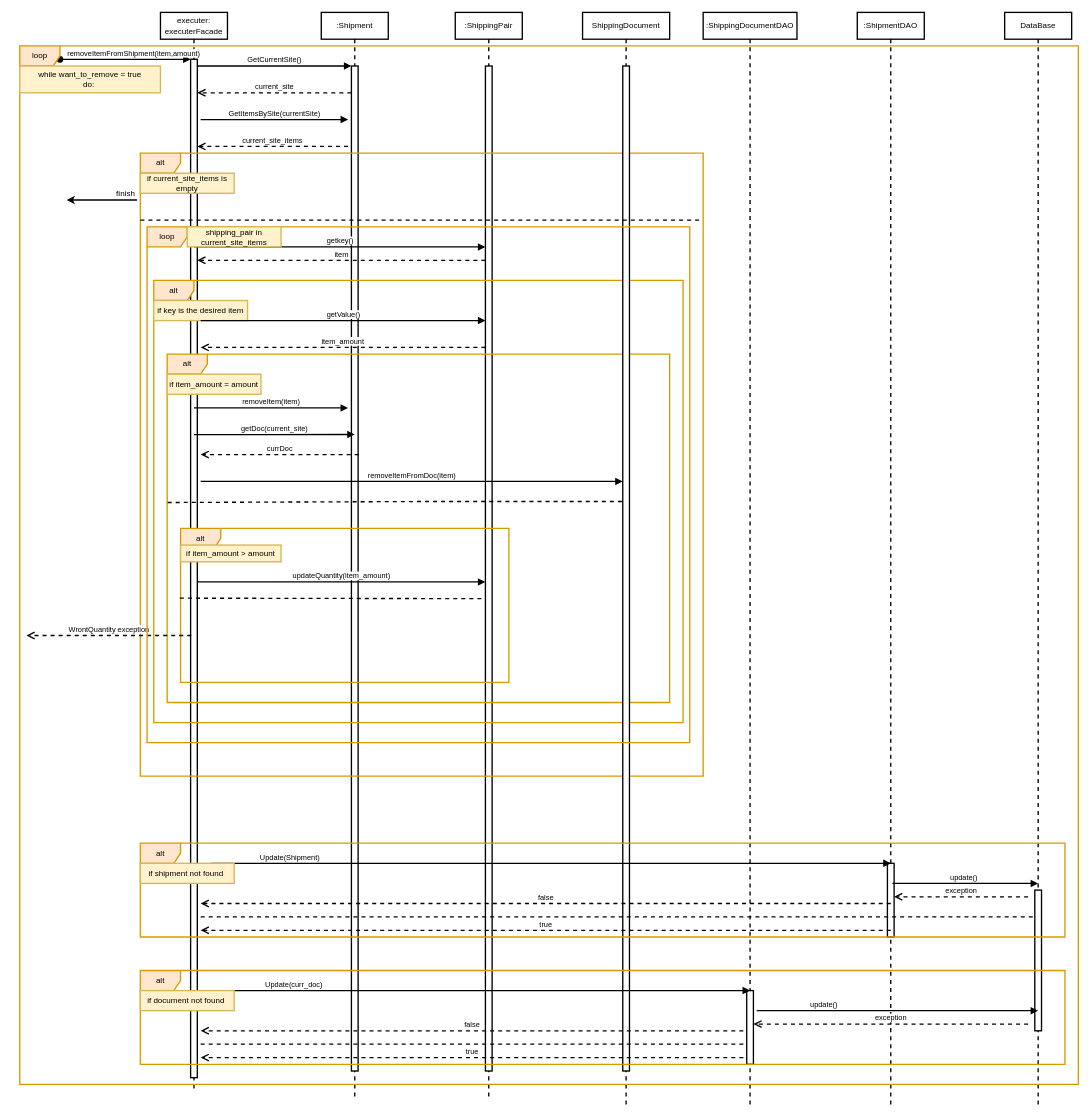
The draw.io diagram C6 - Remove items.drawio in omerad1/drw, before the edit. Source tidied: cells renumbered, new cells numbered last; positions are measured from the earlier drawing's top-left corner, leaving out a move shared by most shapes. Both pictures are drawn from the tidied source at 67%, with x=0, y=0 at pixel (19, 12).
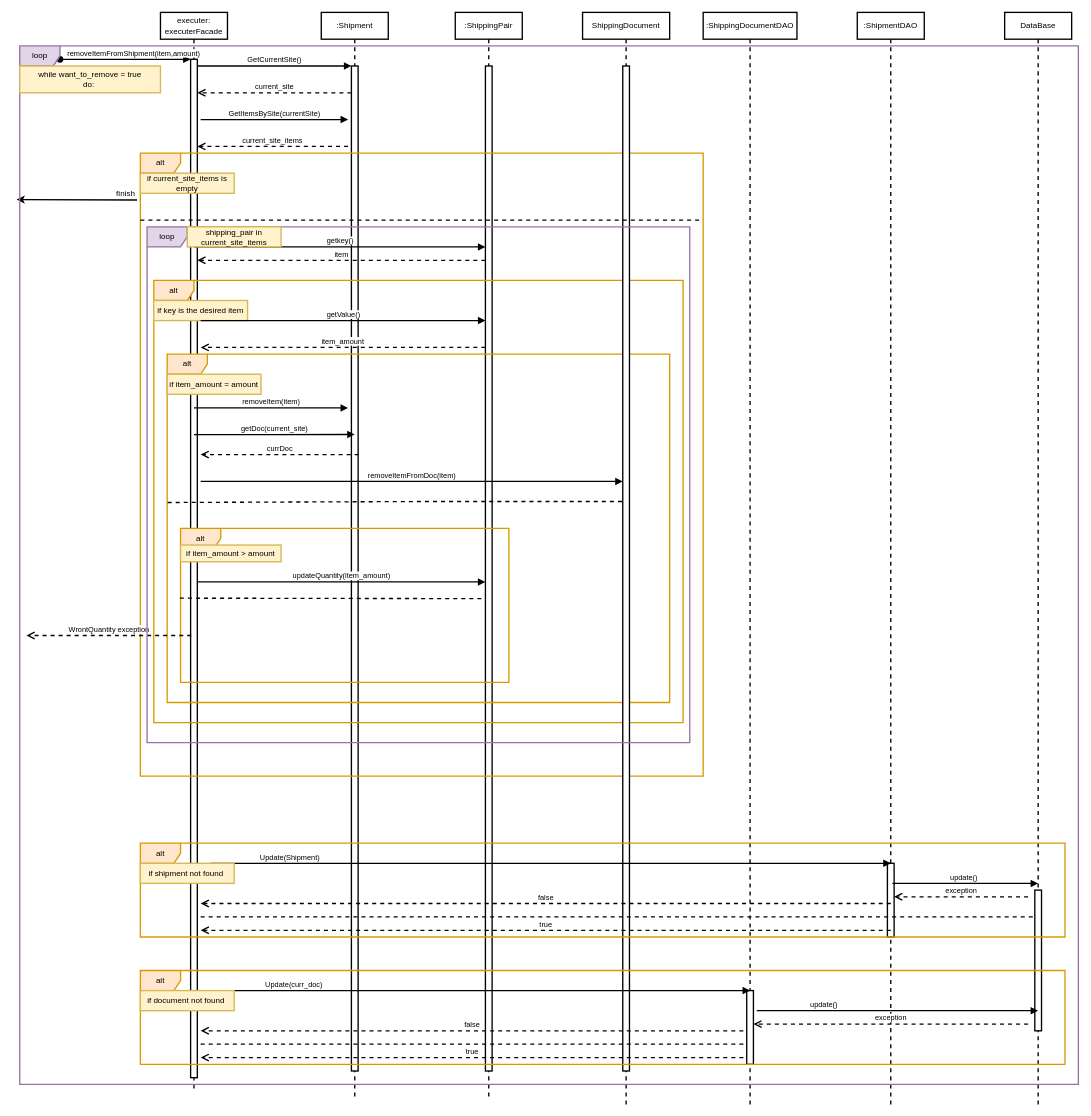
After the change.

Unchanged cells that the change refers to:
```xml
<mxCell id="16" value="finish&amp;nbsp;" style="text;html=1;strokeColor=none;fillColor=none;align=center;verticalAlign=middle;whiteSpace=wrap;rounded=0;strokeWidth=2;" parent="1" vertex="1">
  <mxGeometry x="130" y="260" width="60" height="20" as="geometry" />
</mxCell>
```

Change to the diagram source:
```diff
@@
-    <mxCell id="15" style="endArrow=classic;html=1;rounded=0;exitX=0.75;exitY=1;exitDx=0;exitDy=0;strokeWidth=2;" parent="1" edge="1" source="16">
-      <mxGeometry relative="1" as="geometry">
-        <mxPoint x="70" y="280" as="targetPoint" />
-      </mxGeometry>
+    <mxCell id="15" style="endArrow=classic;html=1;rounded=0;exitX=0.75;exitY=1;exitDx=0;exitDy=0;strokeWidth=2;entryX=-0.003;entryY=0.148;entryDx=0;entryDy=0;entryPerimeter=0;" parent="1" edge="1" source="16" target="62">
+      <mxGeometry relative="1" as="geometry" />
     </mxCell>
@@
-    <mxCell id="44" value="loop" style="shape=umlFrame;whiteSpace=wrap;html=1;strokeWidth=2;fillColor=#ffe6cc;strokeColor=#d79b00;" parent="1" vertex="1">
+    <mxCell id="44" value="loop" style="shape=umlFrame;whiteSpace=wrap;html=1;strokeWidth=2;fillColor=#e1d5e7;strokeColor=#9673a6;" parent="1" vertex="1">
       <mxGeometry x="190" y="320" width="810" height="770" as="geometry" />
     </mxCell>
@@
-    <mxCell id="62" value="loop" style="shape=umlFrame;whiteSpace=wrap;html=1;strokeWidth=2;fillColor=#ffe6cc;strokeColor=#d79b00;" parent="1" vertex="1">
+    <mxCell id="62" value="loop" style="shape=umlFrame;whiteSpace=wrap;html=1;strokeWidth=2;fillColor=#e1d5e7;strokeColor=#9673a6;" parent="1" vertex="1">
       <mxGeometry y="50" width="1580" height="1550" as="geometry" />
     </mxCell>
```
